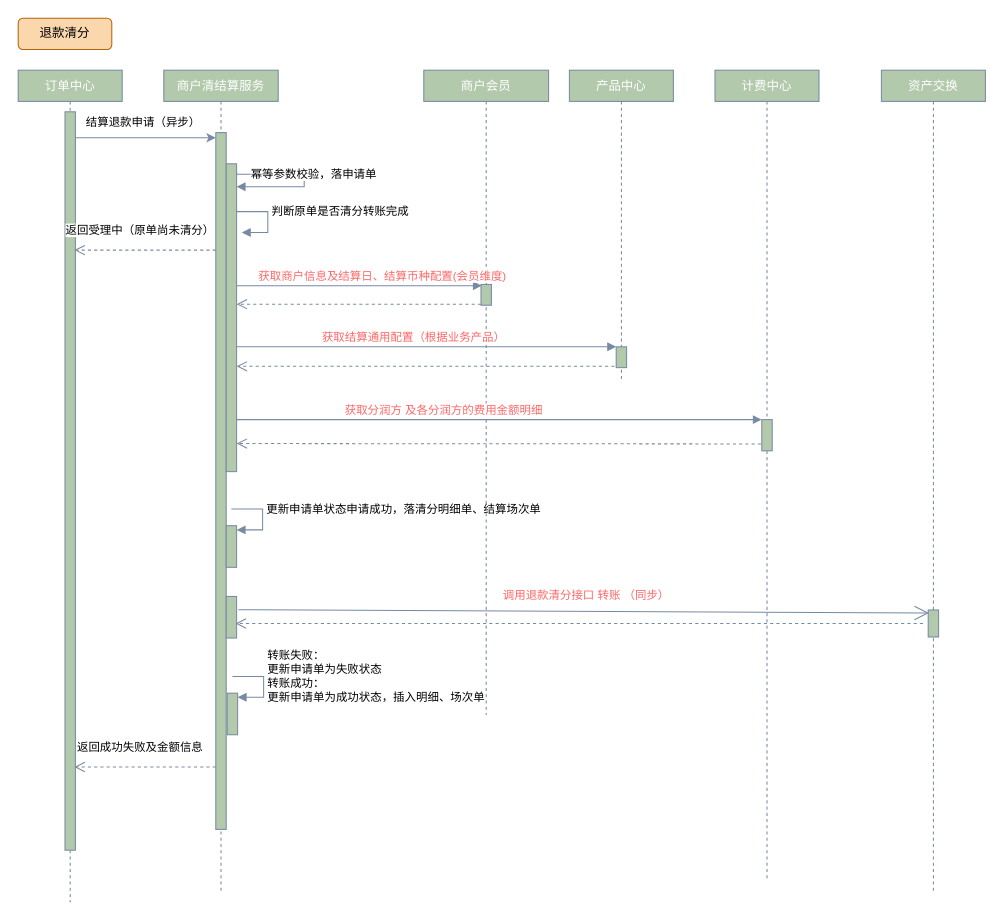
The draw.io diagram merchant-settle/退款.drawio in DominicElvira/Diagrams, before the edit. Source tidied: cells renumbered, new cells numbered last; positions are measured from the earlier drawing's top-left corner, leaving out a move shared by most shapes. Both pictures are drawn from the tidied source at 104%, with x=0, y=0 at pixel (18, 18).
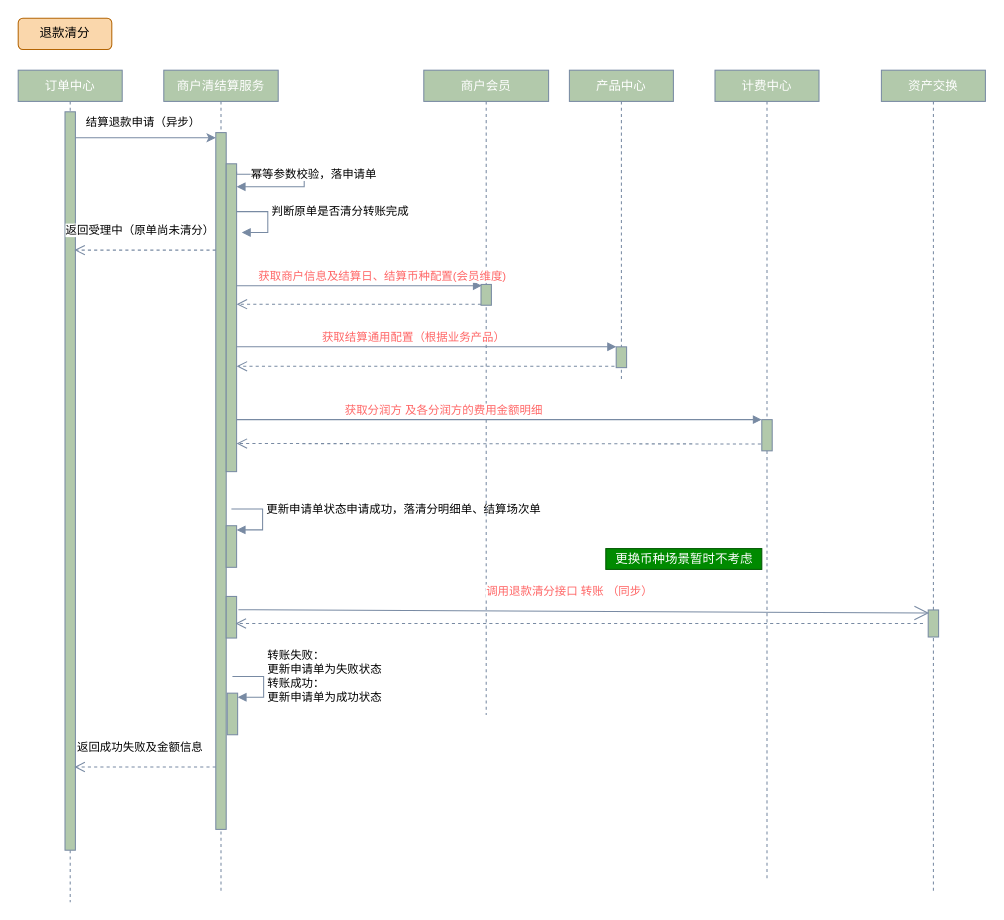
The same page after the edit.

What changed in the source:
```diff
@@
     <mxCell id="27" value="&lt;font color=&quot;#ff6666&quot;&gt;调用退款清分接口 转账 （同步）&lt;/font&gt;" style="html=1;verticalAlign=bottom;endArrow=open;dashed=1;endSize=8;fontSize=11;fontColor=#000000;strokeColor=#788AA3;strokeWidth=1;fillColor=#B2C9AB;curved=0;jumpStyle=none;entryX=0.9;entryY=0.675;entryDx=0;entryDy=0;entryPerimeter=0;" parent="1" edge="1">
-      <mxGeometry x="-0.02" y="-18" relative="1" as="geometry">
+      <mxGeometry x="0.03" y="-22" relative="1" as="geometry">
         <mxPoint x="870" y="582" as="sourcePoint" />
         <mxPoint x="209" y="582" as="targetPoint" />
       </mxGeometry>
     </mxCell>
@@
-    <mxCell id="34" value="转账失败：&lt;br&gt;更新申请单为失败状态&lt;br&gt;转账成功：&lt;br&gt;更新申请单为成功状态，插入明细、场次单" style="edgeStyle=orthogonalEdgeStyle;html=1;align=left;spacingLeft=2;endArrow=block;rounded=0;entryX=1;entryY=0;fontSize=11;fontColor=#000000;strokeColor=#788AA3;strokeWidth=1;fillColor=#B2C9AB;curved=0;jumpStyle=none;" parent="1" edge="1">
+    <mxCell id="34" value="转账失败：&lt;br&gt;更新申请单为失败状态&lt;br&gt;转账成功：&lt;br&gt;更新申请单为成功状态" style="edgeStyle=orthogonalEdgeStyle;html=1;align=left;spacingLeft=2;endArrow=block;rounded=0;entryX=1;entryY=0;fontSize=11;fontColor=#000000;strokeColor=#788AA3;strokeWidth=1;fillColor=#B2C9AB;curved=0;jumpStyle=none;" parent="1" edge="1">
       <mxGeometry x="-0.2" relative="1" as="geometry">
         <mxPoint x="206" y="633" as="sourcePoint" />
         <mxPoint x="211" y="653" as="targetPoint" />
         <Array as="points">
           <mxPoint x="236" y="633" />
         </Array>
       </mxGeometry>
     </mxCell>
+    <mxCell id="35" value="更换币种场景暂时不考虑" style="text;html=1;align=center;verticalAlign=middle;fillColor=#008a00;strokeColor=#005700;rounded=0;fontColor=#ffffff;" parent="1" vertex="1">
+      <mxGeometry x="565" y="510" width="150" height="20" as="geometry" />
+    </mxCell>
```
